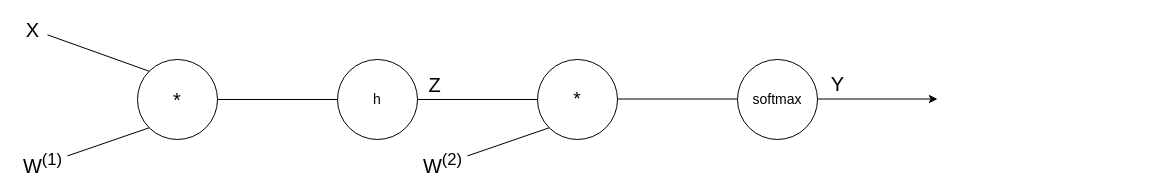
Above: page "network_back" (2 of 2) of report/network.drawio in kristsam/classification_MLP (draw.io), before the change. Source tidied: cells renumbered, new cells numbered last; positions are measured from the earlier drawing's top-left corner, leaving out a move shared by most shapes. Both pictures are drawn from the tidied source at 100%, with x=0, y=0 at pixel (17, 19).
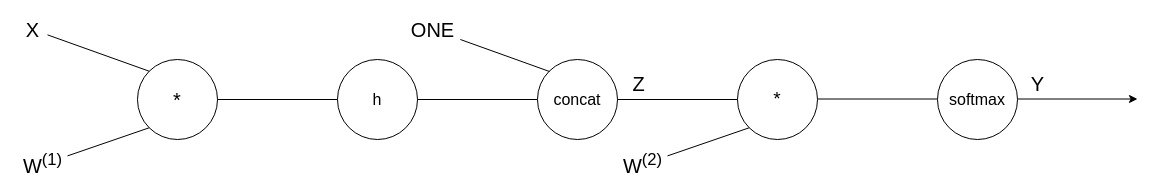
The same page after the edit.

The edit, as a diff of the source:
```diff
@@
-    <mxCell id="2" value="&lt;font style=&quot;font-size: 14px&quot;&gt;h&lt;/font&gt;" style="ellipse;whiteSpace=wrap;html=1;" parent="1" vertex="1">
+    <mxCell id="2" value="&lt;font style=&quot;font-size: 16px&quot;&gt;h&lt;/font&gt;" style="ellipse;whiteSpace=wrap;html=1;" parent="1" vertex="1">
       <mxGeometry x="320" y="40" width="80" height="80" as="geometry" />
     </mxCell>
-    <mxCell id="3" value="&lt;font style=&quot;font-size: 14px&quot;&gt;softmax&lt;/font&gt;" style="ellipse;whiteSpace=wrap;html=1;" parent="1" vertex="1">
-      <mxGeometry x="720" y="40" width="80" height="80" as="geometry" />
+    <mxCell id="3" value="&lt;font style=&quot;font-size: 16px&quot;&gt;softmax&lt;/font&gt;" style="ellipse;whiteSpace=wrap;html=1;" parent="1" vertex="1">
+      <mxGeometry x="920" y="40" width="80" height="80" as="geometry" />
     </mxCell>
     <mxCell id="4" value="&lt;font style=&quot;font-size: 19px&quot;&gt;*&lt;/font&gt;" style="ellipse;whiteSpace=wrap;html=1;" parent="1" vertex="1">
-      <mxGeometry x="520" y="40" width="80" height="80" as="geometry" />
+      <mxGeometry x="720" y="40" width="80" height="80" as="geometry" />
     </mxCell>
@@
-    <mxCell id="10" style="endArrow=none;html=1;exitX=1;exitY=0.5;exitDx=0;exitDy=0;entryX=0;entryY=0.5;entryDx=0;entryDy=0;" parent="1" edge="1" source="2" target="4">
+    <mxCell id="10" style="endArrow=none;html=1;exitX=1;exitY=0.5;exitDx=0;exitDy=0;entryX=0;entryY=0.5;entryDx=0;entryDy=0;" parent="1" edge="1" source="2" target="18">
       <mxGeometry relative="1" as="geometry" />
     </mxCell>
-    <mxCell id="11" value="&lt;font style=&quot;font-size: 20px&quot;&gt;Z&lt;/font&gt;" style="edgeLabel;html=1;align=center;verticalAlign=middle;" parent="10" vertex="1">
-      <mxGeometry x="-0.8" relative="1" as="geometry">
-        <mxPoint x="4" y="-16" as="offset" />
-      </mxGeometry>
-    </mxCell>
@@
     <mxCell id="13" style="endArrow=none;html=1;exitX=1;exitY=0.5;exitDx=0;exitDy=0;entryX=0;entryY=0.5;entryDx=0;entryDy=0;" parent="1" edge="1">
       <mxGeometry relative="1" as="geometry">
-        <mxPoint x="600" y="79.5" as="sourcePoint" />
-        <mxPoint x="720" y="79.5" as="targetPoint" />
+        <mxPoint x="800" y="79.5" as="sourcePoint" />
+        <mxPoint x="920" y="79.5" as="targetPoint" />
       </mxGeometry>
     </mxCell>
@@
     <mxCell id="15" value="&lt;font style=&quot;font-size: 20px&quot;&gt;W&lt;sup&gt;(2)&lt;/sup&gt;&lt;/font&gt;" style="text;html=1;align=center;verticalAlign=middle;points=[];strokeColor=none;" parent="1" vertex="1">
-      <mxGeometry x="400" y="130" width="50" height="30" as="geometry" />
+      <mxGeometry x="600" y="130" width="50" height="30" as="geometry" />
     </mxCell>
     <mxCell id="16" style="endArrow=classic;html=1;exitX=1;exitY=0.5;exitDx=0;exitDy=0;entryX=0;entryY=0.5;entryDx=0;entryDy=0;endFill=1;" parent="1" edge="1">
       <mxGeometry relative="1" as="geometry">
-        <mxPoint x="800" y="79.5" as="sourcePoint" />
-        <mxPoint x="920" y="79.5" as="targetPoint" />
+        <mxPoint x="1000" y="79.5" as="sourcePoint" />
+        <mxPoint x="1120" y="79.5" as="targetPoint" />
       </mxGeometry>
     </mxCell>
@@
+    <mxCell id="18" value="&lt;font style=&quot;font-size: 16px&quot;&gt;concat&lt;/font&gt;" style="ellipse;whiteSpace=wrap;html=1;" parent="1" vertex="1">
+      <mxGeometry x="520" y="40" width="80" height="80" as="geometry" />
+    </mxCell>
+    <mxCell id="19" style="endArrow=none;html=1;exitX=1;exitY=0.5;exitDx=0;exitDy=0;entryX=0;entryY=0.5;entryDx=0;entryDy=0;" parent="1" edge="1" source="18" target="4">
+      <mxGeometry relative="1" as="geometry" />
+    </mxCell>
+    <mxCell id="11" value="&lt;font style=&quot;font-size: 20px&quot;&gt;Z&lt;/font&gt;" style="edgeLabel;html=1;align=center;verticalAlign=middle;" parent="19" vertex="1">
+      <mxGeometry x="-0.65" y="-2" relative="1" as="geometry">
+        <mxPoint x="-1" y="-19" as="offset" />
+      </mxGeometry>
+    </mxCell>
+    <mxCell id="20" style="endArrow=none;html=1;" parent="1" edge="1" source="21">
+      <mxGeometry relative="1" as="geometry">
+        <mxPoint x="532" y="52" as="targetPoint" />
+      </mxGeometry>
+    </mxCell>
+    <mxCell id="21" value="&lt;span style=&quot;font-size: 20px&quot;&gt;ONE&lt;/span&gt;" style="text;html=1;align=center;verticalAlign=middle;points=[];strokeColor=none;" parent="1" vertex="1">
+      <mxGeometry x="385" width="60" height="20" as="geometry" />
+    </mxCell>
```
